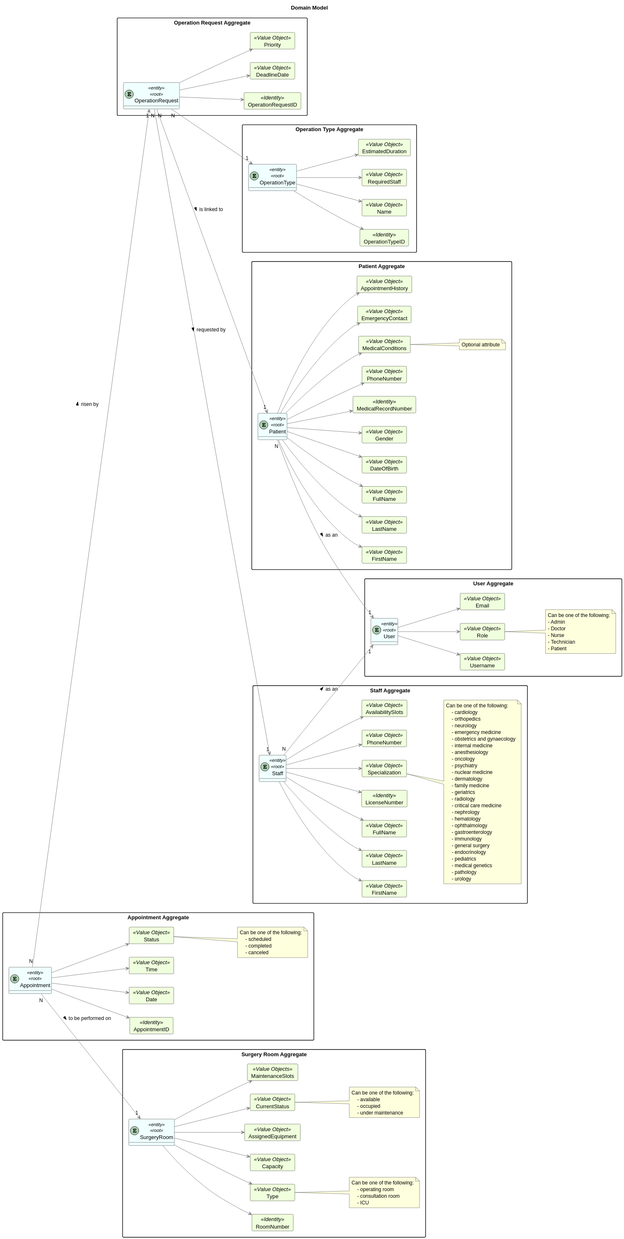
The PlantUML diagram Wiki/SprintA/diagrams/domain-model/domain-model.svg in MiguelCardoso77/SurgicalSync-BackEnd, before a commit.
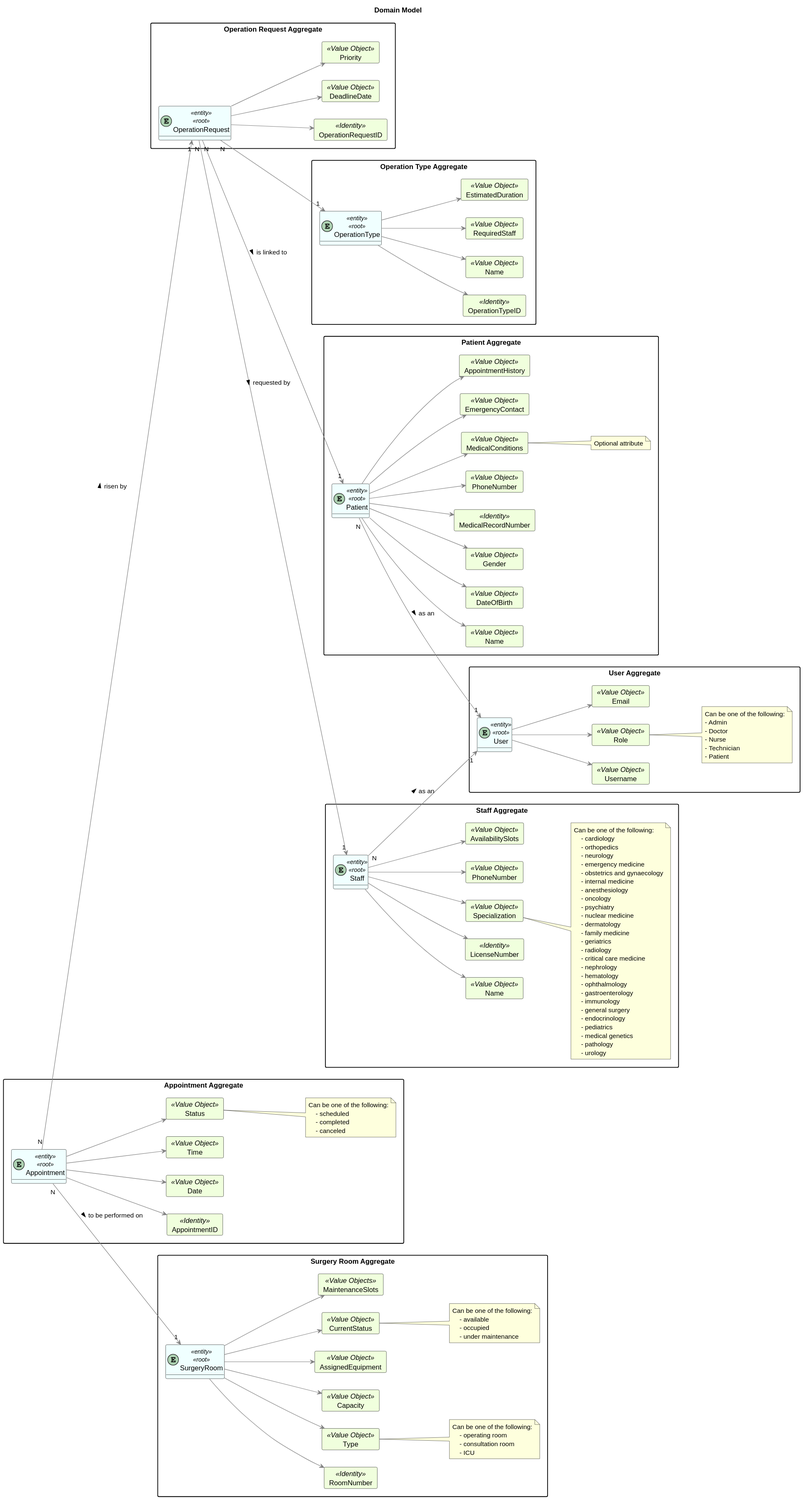
Above is the later version.

Diff of the diagram source:
```diff
@@ -49,11 +49,7 @@
 package "Patient Aggregate"{
     entity Patient <<entity>><<root>>
 
-        card FirstName <<Value Object>>{
-        }
-        card LastName <<Value Object>>{
-        }
-        card FullName <<Value Object>>{
+        card Name <<Value Object>>{
         }
         card DateOfBirth <<Value Object>>{
         }
@@ -70,9 +66,7 @@
         card AppointmentHistory <<Value Object>>{
         }
 
-        Patient --> FirstName
-        Patient --> LastName
-        Patient --> FullName
+        Patient --> Name
         Patient --> DateOfBirth
         Patient --> Gender
         Patient --> MedicalConditions
@@ -89,11 +83,7 @@
 package "Staff Aggregate"{
     entity Staff <<entity>><<root>>
 
-        card FirstName <<Value Object>>{
-        }
-        card LastName <<Value Object>>{
-        }
-        card FullName <<Value Object>>{
+        card Name <<Value Object>>{
         }
         card LicenseNumber <<Identity>>{
         }
@@ -104,9 +94,7 @@
         card AvailabilitySlots <<Value Object>>{
         }
 
-        Staff --> FirstName
-        Staff --> LastName
-        Staff --> FullName
+        Staff --> Name
         Staff --> LicenseNumber
         Staff --> Specialization
         Staff --> PhoneNumber
```
